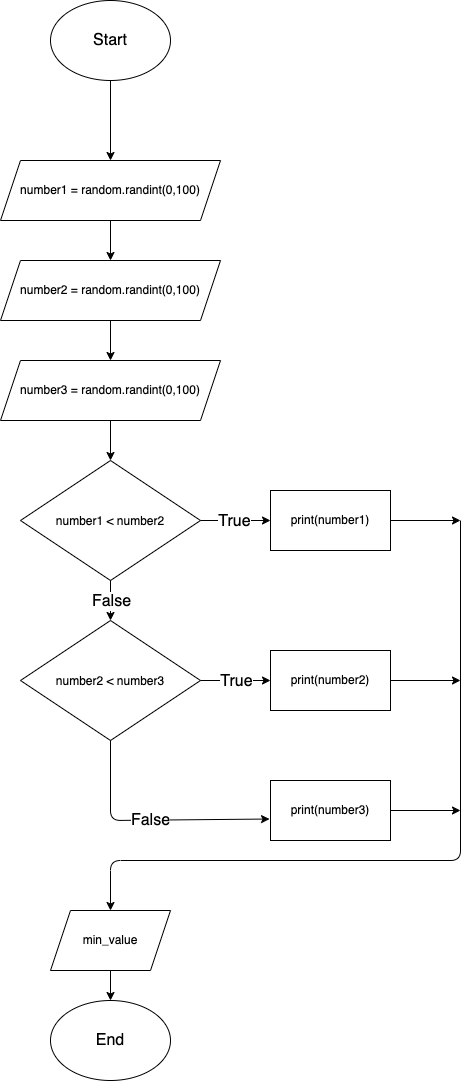
Above: Assignment_3-1.png in Howlerone-reaper/Assignment_3-1 (draw.io), before the change. Source tidied: cells renumbered, new cells last; positions are measured from the earlier drawing's top-left corner, leaving out a move shared by most shapes.
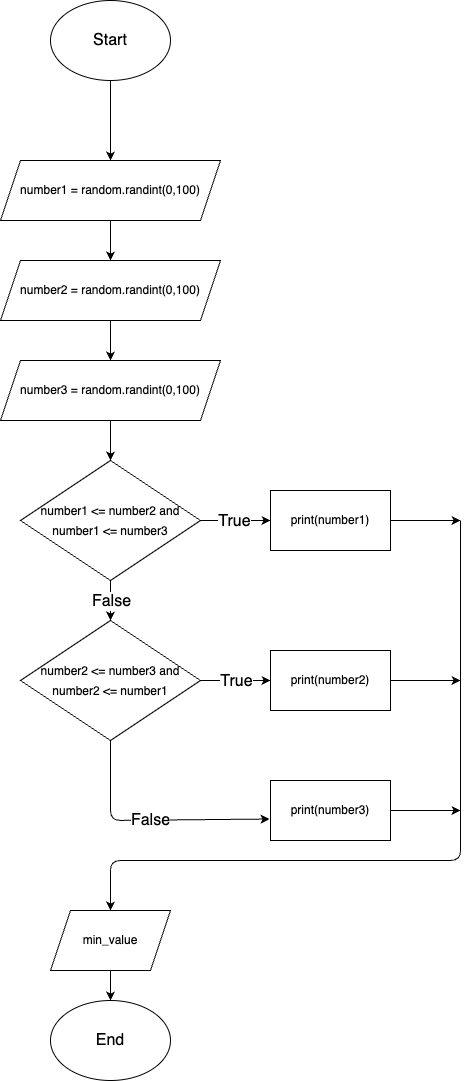
Above is the later version.

Diff of the diagram source:
```diff
@@ -26,10 +26,10 @@
     <mxCell id="9" value="number3 = random.randint(0,100)" style="shape=parallelogram;perimeter=parallelogramPerimeter;whiteSpace=wrap;html=1;fixedSize=1;" parent="1" vertex="1">
       <mxGeometry y="360" width="220" height="60" as="geometry" />
     </mxCell>
-    <mxCell id="10" value="&lt;font style=&quot;font-size: 12px;&quot;&gt;number1 &amp;lt; number2&lt;/font&gt;" style="rhombus;whiteSpace=wrap;html=1;fontSize=16;" parent="1" vertex="1">
+    <mxCell id="10" value="&lt;font style=&quot;font-size: 12px;&quot;&gt;number1 &amp;lt;= number2 and number1 &amp;lt;= number3&lt;/font&gt;" style="rhombus;whiteSpace=wrap;html=1;fontSize=16;" parent="1" vertex="1">
       <mxGeometry x="20" y="460" width="180" height="120" as="geometry" />
     </mxCell>
-    <mxCell id="11" value="&lt;font style=&quot;font-size: 12px;&quot;&gt;number2 &amp;lt; number3&lt;/font&gt;" style="rhombus;whiteSpace=wrap;html=1;fontSize=16;" parent="1" vertex="1">
+    <mxCell id="11" value="&lt;font style=&quot;font-size: 12px;&quot;&gt;number2 &amp;lt;= number3 and number2 &amp;lt;= number1&lt;/font&gt;" style="rhombus;whiteSpace=wrap;html=1;fontSize=16;" parent="1" vertex="1">
       <mxGeometry x="20" y="620" width="180" height="120" as="geometry" />
     </mxCell>
     <mxCell id="12" value="print(number1)" style="rounded=0;whiteSpace=wrap;html=1;fontSize=12;" parent="1" vertex="1">
```
